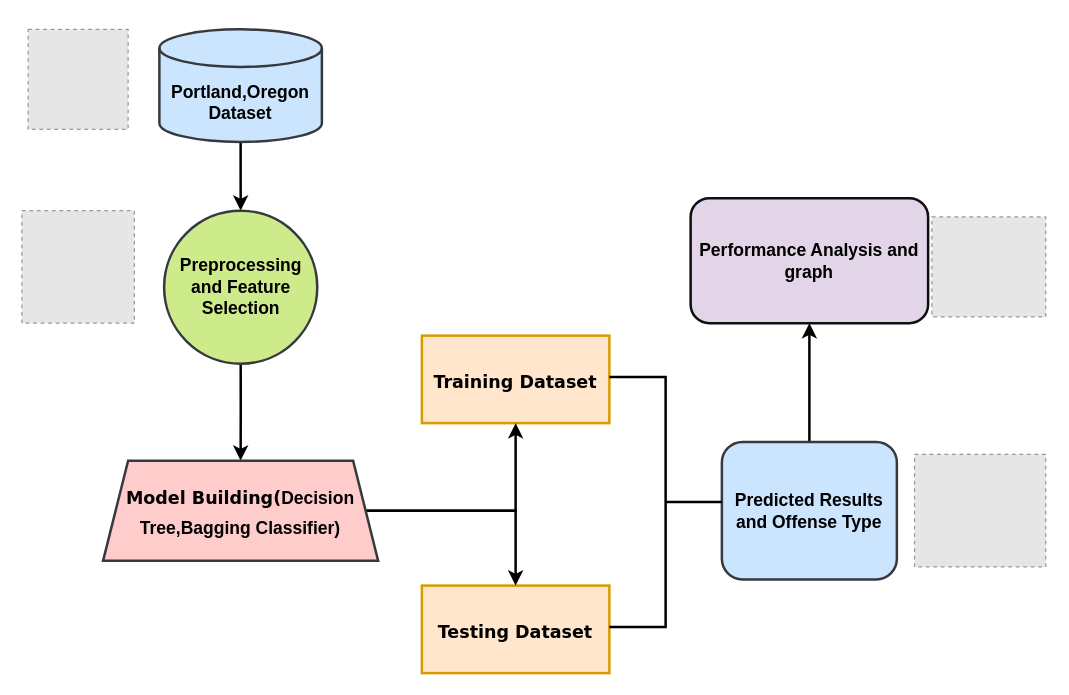
This is Untitled Diagram.drawio from ChanumoluGayathri/System_Design, a draw.io file, before an edit. Source tidied: cells renumbered, new cells numbered last; positions are measured from the earlier drawing's top-left corner, leaving out a move shared by most shapes. Both pictures are drawn from the tidied source at 125%, with x=0, y=0 at pixel (21, 29). Pictures stored in the file or linked from it are replaced by grey dashed boxes.
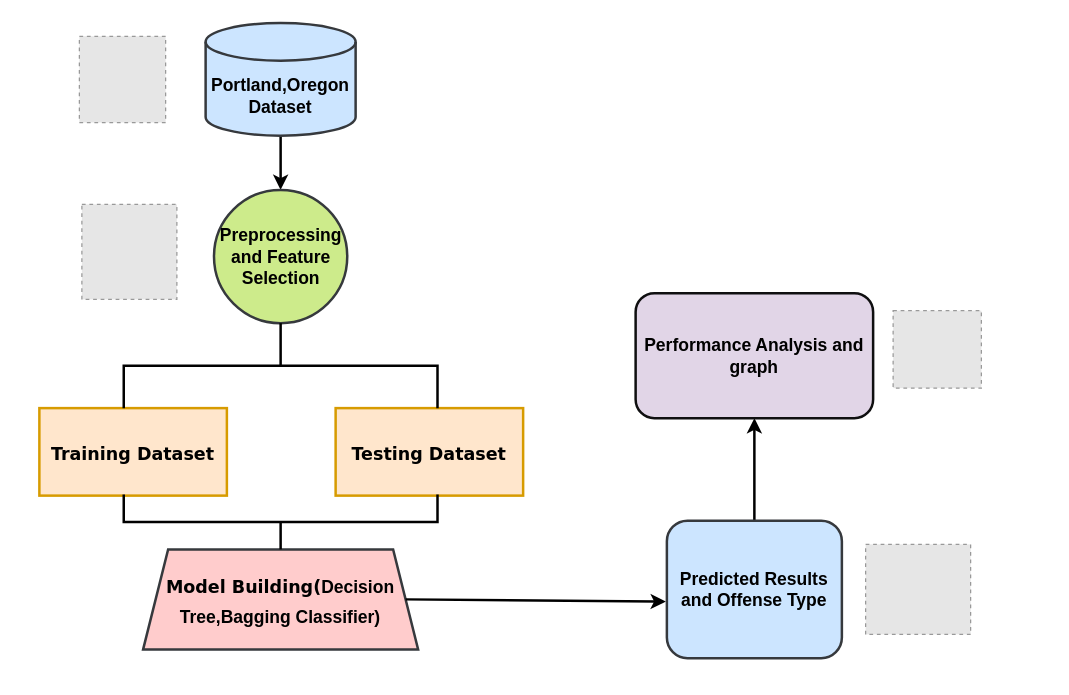
Above is the later version.

Change to the diagram source:
```diff
@@
 <mxGraphModel>
   <root>
     <mxCell id="0" />
     <mxCell id="1" parent="0" />
     <mxCell id="2" style="edgeStyle=orthogonalEdgeStyle;rounded=0;jettySize=auto;html=1;strokeWidth=2;" parent="1" edge="1" source="3" target="5">
       <mxGeometry relative="1" as="geometry" />
     </mxCell>
     <mxCell id="3" value="&lt;b&gt;&lt;font style=&quot;font-size: 14px;&quot;&gt;Portland,Oregon Dataset&lt;/font&gt;&lt;/b&gt;" style="shape=cylinder3;whiteSpace=wrap;html=1;boundedLbl=1;backgroundOutline=1;size=15;fillColor=#cce5ff;strokeColor=#36393d;strokeWidth=2;" parent="1" vertex="1">
-      <mxGeometry x="110" width="130" height="90" as="geometry" />
+      <mxGeometry x="147" y="-5" width="120" height="90" as="geometry" />
     </mxCell>
-    <mxCell id="4" style="edgeStyle=orthogonalEdgeStyle;rounded=0;hachureGap=4;jettySize=auto;html=1;fontFamily=Architects Daughter;fontSize=16;entryX=0.5;entryY=0;entryDx=0;entryDy=0;strokeWidth=2;" parent="1" edge="1" source="5" target="13">
-      <mxGeometry relative="1" as="geometry" />
-    </mxCell>
     <mxCell id="5" value="&lt;b style=&quot;font-size: 14px;&quot;&gt;&lt;font style=&quot;font-size: 14px;&quot;&gt;Preprocessing and Feature S&lt;/font&gt;election&lt;/b&gt;" style="ellipse;whiteSpace=wrap;html=1;fillColor=#cdeb8b;strokeColor=#36393d;strokeWidth=2;" parent="1" vertex="1">
-      <mxGeometry x="113.8" y="145" width="122.5" height="122.5" as="geometry" />
+      <mxGeometry x="153.7" y="128.4" width="106.6" height="106.6" as="geometry" />
     </mxCell>
     <mxCell id="6" style="edgeStyle=orthogonalEdgeStyle;rounded=0;jettySize=auto;html=1;strokeWidth=2;" parent="1" edge="1" source="7" target="8">
       <mxGeometry relative="1" as="geometry" />
     </mxCell>
     <mxCell id="7" value="&lt;b&gt;&lt;font style=&quot;font-size: 14px;&quot;&gt;Predicted Results and Offense Type&lt;/font&gt;&lt;/b&gt;" style="rounded=1;whiteSpace=wrap;html=1;fillColor=#cce5ff;strokeColor=#36393d;strokeWidth=2;" parent="1" vertex="1">
-      <mxGeometry x="560" y="330" width="140" height="110" as="geometry" />
+      <mxGeometry x="516" y="393" width="140" height="110" as="geometry" />
     </mxCell>
     <mxCell id="8" value="&lt;b&gt;&lt;font style=&quot;font-size: 14px;&quot;&gt;Performance Analysis and graph&lt;/font&gt;&lt;/b&gt;" style="rounded=1;whiteSpace=wrap;html=1;fillColor=#e1d5e7;strokeColor=#0f0f10;strokeWidth=2;" parent="1" vertex="1">
-      <mxGeometry x="535" y="135" width="190" height="100" as="geometry" />
+      <mxGeometry x="491" y="211" width="190" height="100" as="geometry" />
     </mxCell>
     <mxCell id="9" value="&lt;font size=&quot;1&quot; face=&quot;Verdana&quot;&gt;&lt;b style=&quot;font-size: 14px;&quot;&gt;Training Dataset&lt;/b&gt;&lt;/font&gt;" style="whiteSpace=wrap;html=1;hachureGap=4;fontFamily=Architects Daughter;fontSize=20;fillColor=#ffe6cc;strokeColor=#d79b00;strokeWidth=2;" parent="1" vertex="1">
-      <mxGeometry x="320" y="245" width="150" height="70" as="geometry" />
+      <mxGeometry x="14" y="303" width="150" height="70" as="geometry" />
     </mxCell>
     <mxCell id="10" value="&lt;font size=&quot;1&quot; face=&quot;Verdana&quot;&gt;&lt;b style=&quot;font-size: 14px;&quot;&gt;Testing Dataset&lt;/b&gt;&lt;/font&gt;" style="rounded=0;whiteSpace=wrap;html=1;hachureGap=4;fontFamily=Architects Daughter;fontSize=20;fillColor=#ffe6cc;strokeColor=#d79b00;strokeWidth=2;" parent="1" vertex="1">
-      <mxGeometry x="320" y="445" width="150" height="70" as="geometry" />
+      <mxGeometry x="251" y="303" width="150" height="70" as="geometry" />
     </mxCell>
-    <mxCell id="11" style="edgeStyle=orthogonalEdgeStyle;rounded=0;hachureGap=4;jettySize=auto;html=1;fontFamily=Architects Daughter;fontSize=16;strokeWidth=2;" parent="1" edge="1" source="13" target="9">
-      <mxGeometry relative="1" as="geometry" />
-    </mxCell>
-    <mxCell id="12" style="edgeStyle=orthogonalEdgeStyle;rounded=0;hachureGap=4;jettySize=auto;html=1;fontFamily=Architects Daughter;fontSize=16;strokeWidth=2;" parent="1" edge="1" source="13" target="10">
-      <mxGeometry relative="1" as="geometry" />
-    </mxCell>
     <mxCell id="13" value="&lt;font style=&quot;font-size: 14px;&quot;&gt;&lt;b&gt;&lt;font style=&quot;font-size: 14px;&quot; face=&quot;Verdana&quot;&gt;Model Building(&lt;/font&gt;&lt;span style=&quot;border-color: var(--border-color); font-family: Helvetica;&quot;&gt;&lt;font style=&quot;border-color: var(--border-color); font-size: 14px;&quot;&gt;Decision Tree,Bagging Classifier)&lt;/font&gt;&lt;/span&gt;&lt;/b&gt;&lt;/font&gt;" style="shape=trapezoid;perimeter=trapezoidPerimeter;whiteSpace=wrap;html=1;fixedSize=1;fontSize=20;fontFamily=Architects Daughter;hachureGap=4;fillColor=#ffcccc;strokeColor=#36393d;strokeWidth=2;" parent="1" vertex="1">
-      <mxGeometry x="65" y="345" width="220" height="80" as="geometry" />
+      <mxGeometry x="97" y="416" width="220" height="80" as="geometry" />
     </mxCell>
     <mxCell id="14" style="fillColor=#E6E6E6;strokeColor=#999999;dashed=1;verticalLabelPosition=bottom;labelBackgroundColor=default;verticalAlign=top;" parent="1" vertex="1">
-      <mxGeometry y="145" width="90" height="90" as="geometry" />
+      <mxGeometry x="48" y="140" width="76" height="76" as="geometry" />
     </mxCell>
     <mxCell id="15" style="fillColor=#E6E6E6;strokeColor=#999999;dashed=1;verticalLabelPosition=bottom;labelBackgroundColor=default;verticalAlign=top;" parent="1" vertex="1">
-      <mxGeometry x="5" width="80" height="80" as="geometry" />
+      <mxGeometry x="46" y="5.5" width="69" height="69" as="geometry" />
     </mxCell>
     <mxCell id="16" style="fillColor=#E6E6E6;strokeColor=#999999;dashed=1;verticalLabelPosition=bottom;labelBackgroundColor=default;verticalAlign=top;" parent="1" vertex="1">
-      <mxGeometry x="728" y="150" width="91.1" height="80" as="geometry" />
+      <mxGeometry x="697" y="225" width="70.6" height="62" as="geometry" />
     </mxCell>
     <mxCell id="17" style="fillColor=#E6E6E6;strokeColor=#999999;dashed=1;verticalLabelPosition=bottom;labelBackgroundColor=default;verticalAlign=top;" parent="1" vertex="1">
-      <mxGeometry x="714.1" y="340" width="105" height="90" as="geometry" />
+      <mxGeometry x="675" y="412" width="84" height="72" as="geometry" />
     </mxCell>
-    <mxCell id="18" style="strokeWidth=2;html=1;shape=mxgraph.flowchart.annotation_2;align=left;labelPosition=right;hachureGap=4;fontFamily=Architects Daughter;fontSize=20;perimeterSpacing=4;direction=west;" parent="1" vertex="1">
-      <mxGeometry x="470" y="278" width="90" height="200" as="geometry" />
+    <mxCell id="18" style="strokeWidth=2;html=1;shape=mxgraph.flowchart.annotation_2;align=left;labelPosition=right;hachureGap=4;fontFamily=Architects Daughter;fontSize=20;perimeterSpacing=4;direction=south;" parent="1" vertex="1">
+      <mxGeometry x="81.5" y="235" width="251" height="68" as="geometry" />
     </mxCell>
+    <mxCell id="19" style="strokeWidth=2;html=1;shape=mxgraph.flowchart.annotation_2;align=left;labelPosition=right;hachureGap=4;fontFamily=Architects Daughter;fontSize=20;perimeterSpacing=4;direction=north;" parent="1" vertex="1">
+      <mxGeometry x="81.5" y="372" width="251" height="44" as="geometry" />
+    </mxCell>
+    <mxCell id="20" style="endArrow=classic;html=1;rounded=0;hachureGap=4;fontFamily=Architects Daughter;fontSize=16;exitX=1;exitY=0.5;exitDx=0;exitDy=0;entryX=-0.006;entryY=0.589;entryDx=0;entryDy=0;entryPerimeter=0;strokeWidth=2;" parent="1" edge="1" source="13" target="7">
+      <mxGeometry relative="1" as="geometry" />
+    </mxCell>
   </root>
 </mxGraphModel>
```
